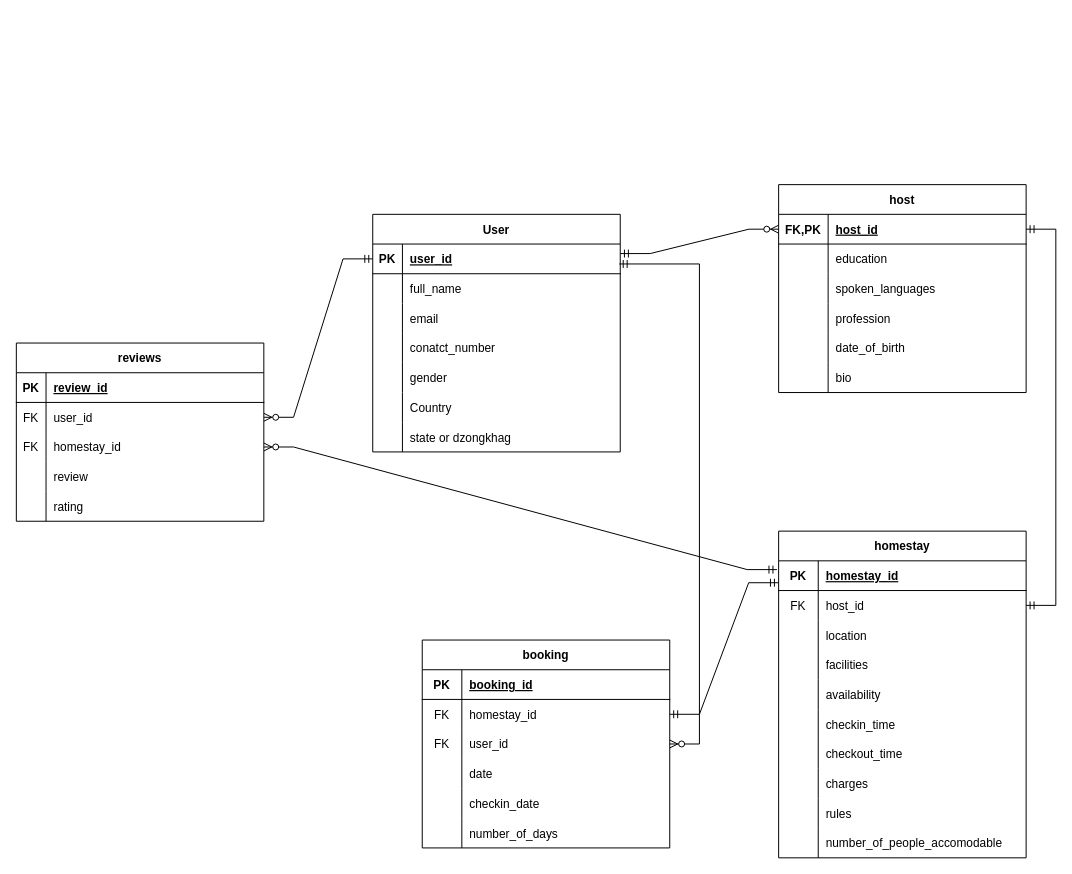
Above: database/ERD.drawio in tenze21/homestay-booking-app- (draw.io), before the change. Source tidied: cells renumbered, new cells numbered last; positions are measured from the earlier drawing's top-left corner, leaving out a move shared by most shapes. Both pictures are drawn from the tidied source at 99%, with x=0, y=0 at pixel (16, 184).
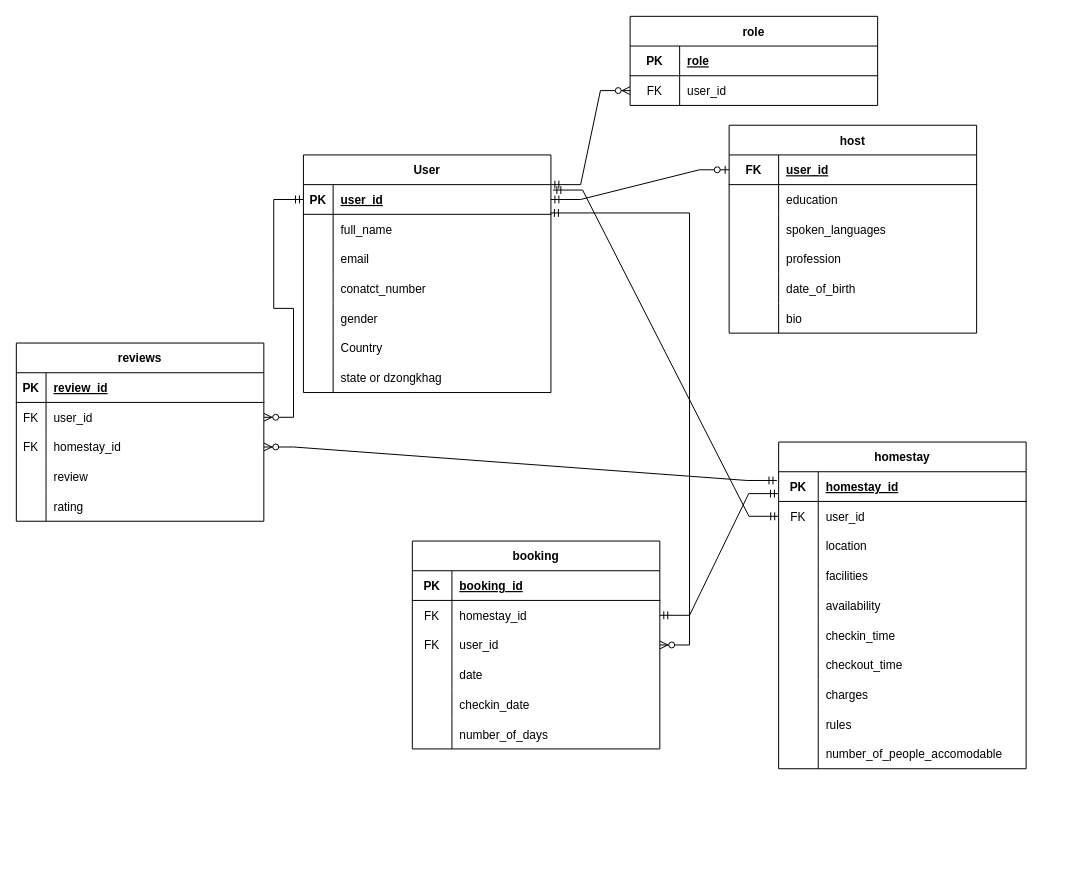
After the change.

Unchanged cells that the change refers to:
```xml
<mxCell id="3" style="shape=partialRectangle;fillColor=none;points=[[0,0.5],[1,0.5]];portConstraint=eastwest;top=0;left=0;right=0;bottom=1;" parent="2" vertex="1">
  <mxGeometry y="30" width="250" height="30" as="geometry" />
</mxCell>
<mxCell id="6" style="shape=partialRectangle;fillColor=none;points=[[0,0.5],[1,0.5]];portConstraint=eastwest;top=0;left=0;right=0;bottom=0;" parent="2" vertex="1">
  <mxGeometry y="60" width="250" height="30" as="geometry" />
</mxCell>
<mxCell id="25" style="shape=partialRectangle;fillColor=none;points=[[0,0.5],[1,0.5]];portConstraint=eastwest;top=0;left=0;right=0;bottom=1;" parent="24" vertex="1">
  <mxGeometry y="30" width="250" height="30" as="geometry" />
</mxCell>
<mxCell id="47" style="shape=partialRectangle;fillColor=none;points=[[0,0.5],[1,0.5]];portConstraint=eastwest;top=0;left=0;right=0;bottom=0;" parent="43" vertex="1">
  <mxGeometry y="60" width="250" height="30" as="geometry" />
</mxCell>
<mxCell id="81" style="shape=partialRectangle;fillColor=none;points=[[0,0.5],[1,0.5]];portConstraint=eastwest;top=0;left=0;right=0;bottom=0;" parent="74" vertex="1">
  <mxGeometry y="90" width="250" height="30" as="geometry" />
</mxCell>
```

Change to the diagram source:
```diff
@@
     <mxCell id="2" value="User" style="shape=table;startSize=30;childLayout=tableLayout;rowLines=0;fontStyle=1;align=center;" parent="1" vertex="1">
-      <mxGeometry x="360" y="30" width="250" height="240" as="geometry" />
+      <mxGeometry x="290" y="-30" width="250" height="240" as="geometry" />
     </mxCell>
@@
     <mxCell id="24" value="host" style="shape=table;startSize=30;childLayout=tableLayout;rowLines=0;fontStyle=1;align=center;" parent="1" vertex="1">
-      <mxGeometry x="770" width="250" height="210" as="geometry" />
+      <mxGeometry x="720" y="-60" width="250" height="210" as="geometry" />
     </mxCell>
@@
-    <mxCell id="26" value="FK,PK" style="shape=partialRectangle;overflow=hidden;fillColor=none;top=0;left=0;bottom=0;right=0;fontStyle=1;" parent="25" vertex="1">
+    <mxCell id="26" value="FK" style="shape=partialRectangle;overflow=hidden;fillColor=none;top=0;left=0;bottom=0;right=0;fontStyle=1;" parent="25" vertex="1">
       <mxGeometry width="50" height="30" as="geometry" />
     </mxCell>
-    <mxCell id="27" value="host_id" style="shape=partialRectangle;overflow=hidden;fillColor=none;top=0;left=0;bottom=0;right=0;align=left;spacingLeft=6;fontStyle=5;" parent="25" vertex="1">
+    <mxCell id="27" value="user_id" style="shape=partialRectangle;overflow=hidden;fillColor=none;top=0;left=0;bottom=0;right=0;align=left;spacingLeft=6;fontStyle=5;" parent="25" vertex="1">
       <mxGeometry x="50" width="200" height="30" as="geometry" />
     </mxCell>
@@
     <mxCell id="43" value="homestay" style="shape=table;startSize=30;childLayout=tableLayout;rowLines=0;fontStyle=1;align=center;" parent="1" vertex="1">
-      <mxGeometry x="770" y="350" width="250" height="330" as="geometry" />
+      <mxGeometry x="770" y="260" width="250" height="330" as="geometry" />
     </mxCell>
@@
-    <mxCell id="49" value="host_id" style="shape=partialRectangle;overflow=hidden;fillColor=none;top=0;left=0;bottom=0;right=0;align=left;spacingLeft=6;" parent="47" vertex="1">
+    <mxCell id="49" value="user_id" style="shape=partialRectangle;overflow=hidden;fillColor=none;top=0;left=0;bottom=0;right=0;align=left;spacingLeft=6;" parent="47" vertex="1">
       <mxGeometry x="40" width="210" height="30" as="geometry" />
     </mxCell>
@@
     <mxCell id="74" value="booking" style="shape=table;startSize=30;childLayout=tableLayout;rowLines=0;fontStyle=1;align=center;" parent="1" vertex="1">
-      <mxGeometry x="410" y="460" width="250" height="210" as="geometry" />
+      <mxGeometry x="400" y="360" width="250" height="210" as="geometry" />
     </mxCell>
@@
-    <mxCell id="93" style="edgeStyle=entityRelationEdgeStyle;fontSize=12;html=1;endArrow=ERzeroToMany;startArrow=ERmandOne;rounded=0;exitX=1.001;exitY=0.321;exitDx=0;exitDy=0;entryX=0;entryY=0.5;entryDx=0;entryDy=0;exitPerimeter=0;" parent="1" edge="1" source="3" target="25">
+    <mxCell id="93" style="edgeStyle=entityRelationEdgeStyle;fontSize=12;html=1;endArrow=ERzeroToMany;startArrow=ERmandOne;rounded=0;exitX=1;exitY=0;exitDx=0;exitDy=0;entryX=0;entryY=0.5;entryDx=0;entryDy=0;exitPerimeter=0;" parent="1" edge="1" source="3" target="119">
       <mxGeometry relative="1" as="geometry" />
     </mxCell>
-    <mxCell id="94" style="edgeStyle=entityRelationEdgeStyle;fontSize=12;html=1;endArrow=ERzeroToMany;startArrow=ERmandOne;rounded=0;exitX=0.996;exitY=0.671;exitDx=0;exitDy=0;exitPerimeter=0;" parent="1" edge="1" source="3" target="81">
+    <mxCell id="94" style="edgeStyle=entityRelationEdgeStyle;fontSize=12;html=1;endArrow=ERzeroToMany;startArrow=ERmandOne;rounded=0;exitX=0.998;exitY=-0.047;exitDx=0;exitDy=0;exitPerimeter=0;" parent="1" edge="1" source="6" target="81">
       <mxGeometry relative="1" as="geometry" />
     </mxCell>
@@
-    <mxCell id="113" style="edgeStyle=entityRelationEdgeStyle;fontSize=12;html=1;endArrow=ERmandOne;startArrow=ERmandOne;rounded=0;exitX=1;exitY=0.5;exitDx=0;exitDy=0;entryX=1;entryY=0.5;entryDx=0;entryDy=0;" parent="1" edge="1" source="25" target="47">
+    <mxCell id="113" style="edgeStyle=entityRelationEdgeStyle;fontSize=12;html=1;endArrow=ERmandOne;startArrow=ERmandOne;rounded=0;exitX=1.008;exitY=0.183;exitDx=0;exitDy=0;entryX=0;entryY=0.5;entryDx=0;entryDy=0;exitPerimeter=0;" parent="1" edge="1" source="3" target="47">
       <mxGeometry relative="1" as="geometry" />
     </mxCell>
@@
+    <mxCell id="115" value="role" style="shape=table;startSize=30;childLayout=tableLayout;rowLines=0;fontStyle=1;align=center;" parent="1" vertex="1">
+      <mxGeometry x="620" y="-170" width="250" height="90" as="geometry" />
+    </mxCell>
+    <mxCell id="116" style="shape=partialRectangle;fillColor=none;top=0;left=0;right=0;bottom=1;" parent="115" vertex="1">
+      <mxGeometry y="30" width="250" height="30" as="geometry" />
+    </mxCell>
+    <mxCell id="117" value="PK" style="shape=partialRectangle;overflow=hidden;fillColor=none;top=0;left=0;bottom=0;right=0;fontStyle=1;" parent="116" vertex="1">
+      <mxGeometry width="50" height="30" as="geometry" />
+    </mxCell>
+    <mxCell id="118" value="role" style="shape=partialRectangle;overflow=hidden;fillColor=none;top=0;left=0;bottom=0;right=0;align=left;spacingLeft=6;fontStyle=5;" parent="116" vertex="1">
+      <mxGeometry x="50" width="200" height="30" as="geometry" />
+    </mxCell>
+    <mxCell id="119" style="shape=partialRectangle;fillColor=none;points=[[0,0.5],[1,0.5]];portConstraint=eastwest;top=0;left=0;right=0;bottom=0;" parent="115" vertex="1">
+      <mxGeometry y="60" width="250" height="30" as="geometry" />
+    </mxCell>
+    <mxCell id="120" value="FK" style="shape=partialRectangle;overflow=hidden;fillColor=none;top=0;left=0;bottom=0;right=0;" parent="119" vertex="1">
+      <mxGeometry width="50" height="30" as="geometry" />
+    </mxCell>
+    <mxCell id="121" value="user_id" style="shape=partialRectangle;overflow=hidden;fillColor=none;top=0;left=0;bottom=0;right=0;align=left;spacingLeft=6;" parent="119" vertex="1">
+      <mxGeometry x="50" width="200" height="30" as="geometry" />
+    </mxCell>
+    <mxCell id="122" style="edgeStyle=entityRelationEdgeStyle;fontSize=12;html=1;endArrow=ERzeroToOne;startArrow=ERmandOne;rounded=0;exitX=1;exitY=0.5;exitDx=0;exitDy=0;entryX=0;entryY=0.5;entryDx=0;entryDy=0;" parent="1" edge="1" source="3" target="25">
+      <mxGeometry relative="1" as="geometry" />
+    </mxCell>
```
